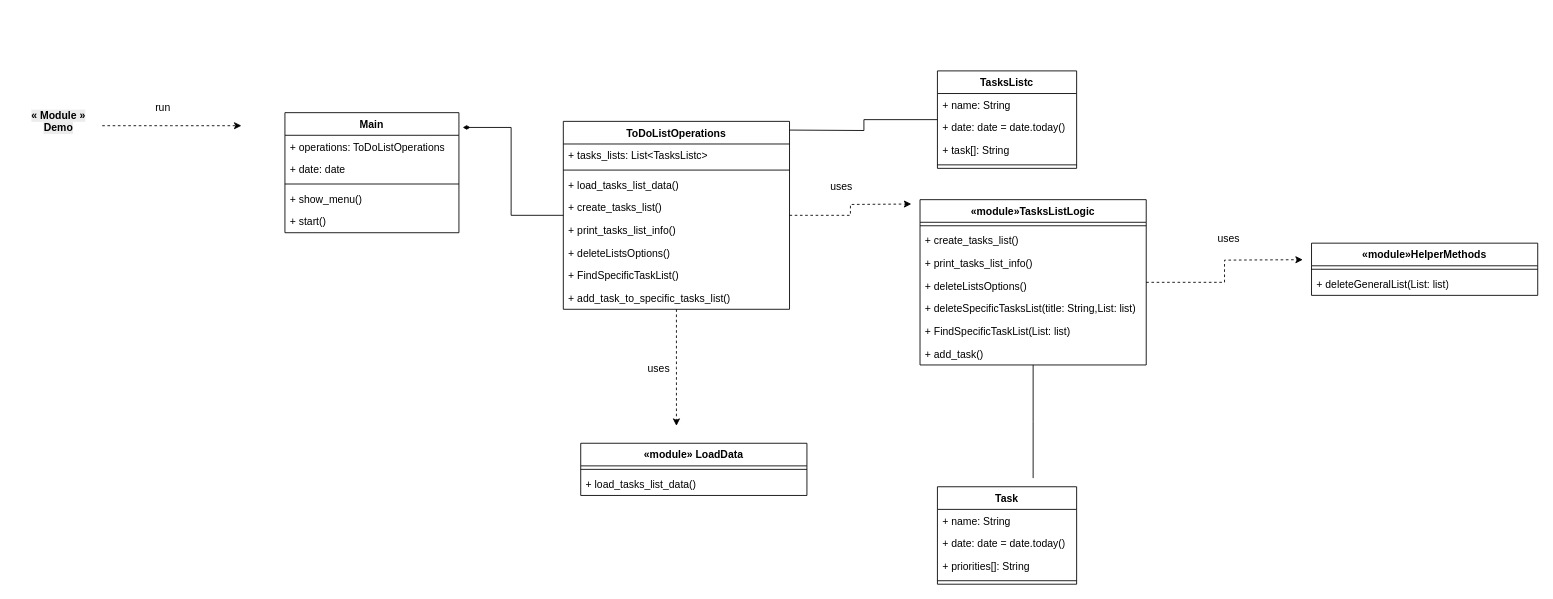
Above: page "UML Class Diagram" (6 of 6) of ToDoList App.drawio in AbdallahDaradkeh-1/ToDoList-App (draw.io), before the change. Source tidied: cells renumbered, new cells numbered last; positions are measured from the earlier drawing's top-left corner, leaving out a move shared by most shapes. Both pictures are drawn from the tidied source at 87%, with x=0, y=0 at pixel (15, 70).
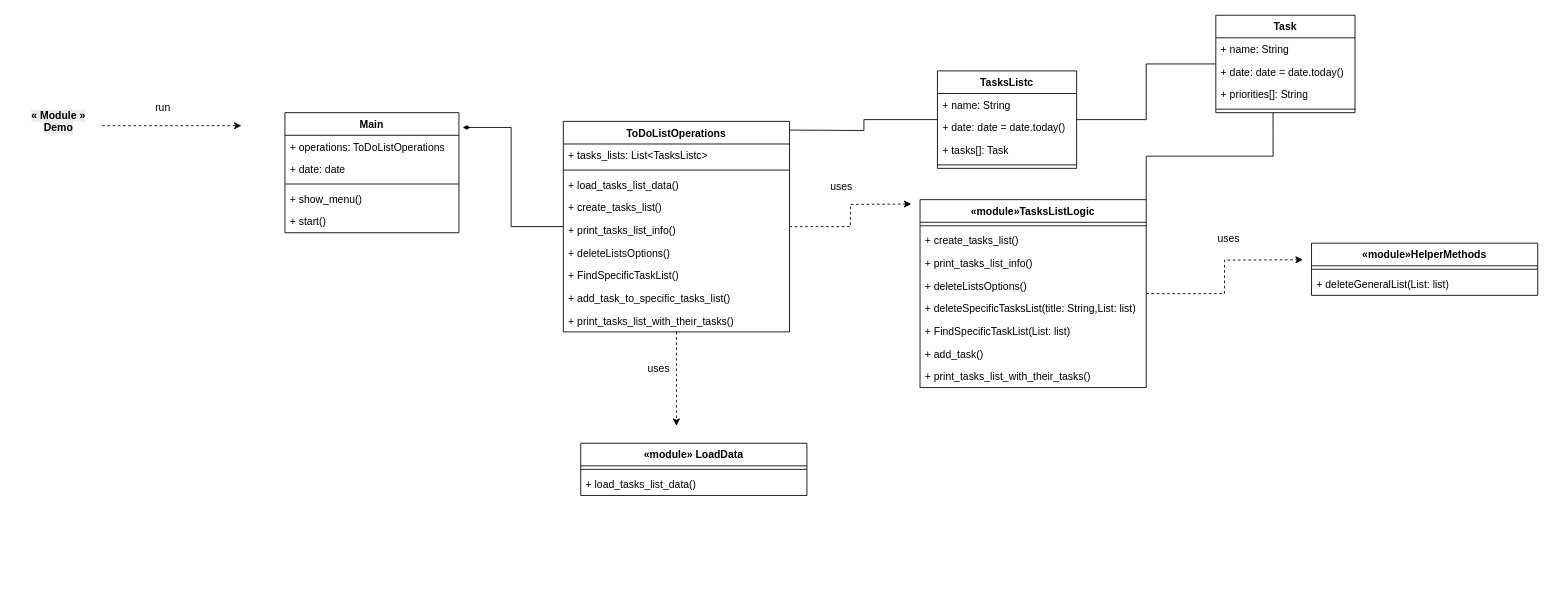
After the change.

The change refers to these unchanged cells:
```xml
<mxCell id="13" value="TasksListc" style="swimlane;fontStyle=1;align=center;verticalAlign=top;horizontal=1;startSize=26;whiteSpace=wrap;html=1;" parent="1" vertex="1">
  <mxGeometry x="1060" width="160" height="112" as="geometry" />
</mxCell>
<mxCell id="52" style="line;strokeWidth=1;fillColor=none;align=left;verticalAlign=middle;spacingTop=-1;spacingLeft=3;spacingRight=3;labelPosition=right;points=[];portConstraint=eastwest;strokeColor=inherit;" parent="48" vertex="1">
  <mxGeometry y="104" width="160" height="8" as="geometry" />
</mxCell>
```

What changed in the source:
```diff
@@
     <mxCell id="4" value="&lt;span style=&quot;&quot;&gt;ToDoListOperations&lt;/span&gt;" style="swimlane;fontStyle=1;align=center;verticalAlign=top;horizontal=1;startSize=26;whiteSpace=wrap;html=1;" parent="1" vertex="1">
-      <mxGeometry x="630" y="58" width="260" height="216" as="geometry" />
+      <mxGeometry x="630" y="58" width="260" height="242" as="geometry" />
     </mxCell>
@@
+    <mxCell id="53" value="+ print_tasks_list_with_their_tasks()" style="text;strokeColor=none;fillColor=none;align=left;verticalAlign=top;spacingLeft=4;spacingRight=4;overflow=hidden;whiteSpace=wrap;html=1;" parent="4" vertex="1">
+      <mxGeometry y="216" width="260" height="26" as="geometry" />
+    </mxCell>
+    <mxCell id="54" style="edgeStyle=orthogonalEdgeStyle;rounded=0;jettySize=auto;html=1;entryX=0;entryY=0.5;entryDx=0;entryDy=0;endArrow=none;endFill=0;" parent="1" edge="1" source="13" target="48">
+      <mxGeometry relative="1" as="geometry" />
+    </mxCell>
@@
-    <mxCell id="16" value="+ task[]: String" style="text;strokeColor=none;fillColor=none;align=left;verticalAlign=top;spacingLeft=4;spacingRight=4;overflow=hidden;whiteSpace=wrap;html=1;" parent="13" vertex="1">
+    <mxCell id="16" value="+ tasks[]: Task" style="text;strokeColor=none;fillColor=none;align=left;verticalAlign=top;spacingLeft=4;spacingRight=4;overflow=hidden;whiteSpace=wrap;html=1;" parent="13" vertex="1">
       <mxGeometry y="78" width="160" height="26" as="geometry" />
     </mxCell>
@@
-    <mxCell id="30" style="edgeStyle=orthogonalEdgeStyle;rounded=0;jettySize=auto;html=1;endArrow=none;endFill=0;" parent="1" edge="1" source="31">
-      <mxGeometry relative="1" as="geometry">
-        <mxPoint x="1170" y="468" as="targetPoint" />
-      </mxGeometry>
-    </mxCell>
     <mxCell id="31" value="&lt;span style=&quot;&quot;&gt;«module»TasksListLogic&lt;/span&gt;" style="swimlane;fontStyle=1;align=center;verticalAlign=top;horizontal=1;startSize=26;whiteSpace=wrap;html=1;" parent="1" vertex="1">
-      <mxGeometry x="1040" y="148" width="260" height="190" as="geometry" />
+      <mxGeometry x="1040" y="148" width="260" height="216" as="geometry" />
     </mxCell>
@@
+    <mxCell id="55" value="+ print_tasks_list_with_their_tasks()" style="text;strokeColor=none;fillColor=none;align=left;verticalAlign=top;spacingLeft=4;spacingRight=4;overflow=hidden;whiteSpace=wrap;html=1;" parent="31" vertex="1">
+      <mxGeometry y="190" width="260" height="26" as="geometry" />
+    </mxCell>
@@
     <mxCell id="48" value="Task" style="swimlane;fontStyle=1;align=center;verticalAlign=top;horizontal=1;startSize=26;whiteSpace=wrap;html=1;" parent="1" vertex="1">
-      <mxGeometry x="1060" y="478" width="160" height="112" as="geometry" />
+      <mxGeometry x="1380" y="-64" width="160" height="112" as="geometry" />
     </mxCell>
@@
+    <mxCell id="56" style="edgeStyle=orthogonalEdgeStyle;rounded=0;jettySize=auto;html=1;exitX=1;exitY=0;exitDx=0;exitDy=0;entryX=0.411;entryY=1.05;entryDx=0;entryDy=0;entryPerimeter=0;endArrow=none;endFill=0;" parent="1" edge="1" source="31" target="52">
+      <mxGeometry relative="1" as="geometry" />
+    </mxCell>
```
